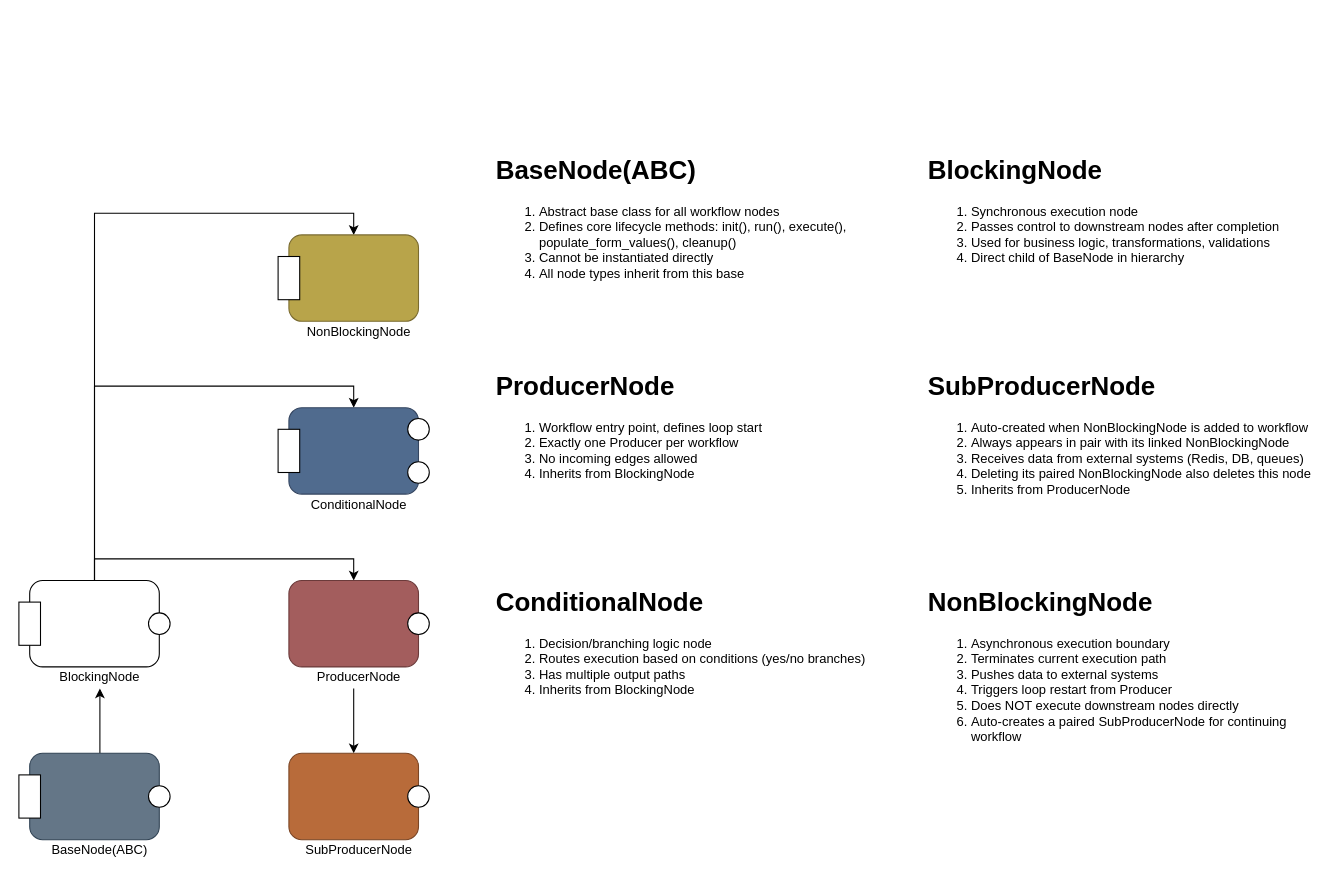
Before: page "Availabel Core Node Types" (3 of 5) of TheOneEye.drawio in Roshan-yadav-evil-genius/TheOneEye, a draw.io diagram. Source tidied: cells renumbered, new cells numbered last; positions are measured from the earlier drawing's top-left corner, leaving out a move shared by most shapes. Both pictures are drawn from the tidied source at 108%, with x=0, y=0 at pixel (18, 148).
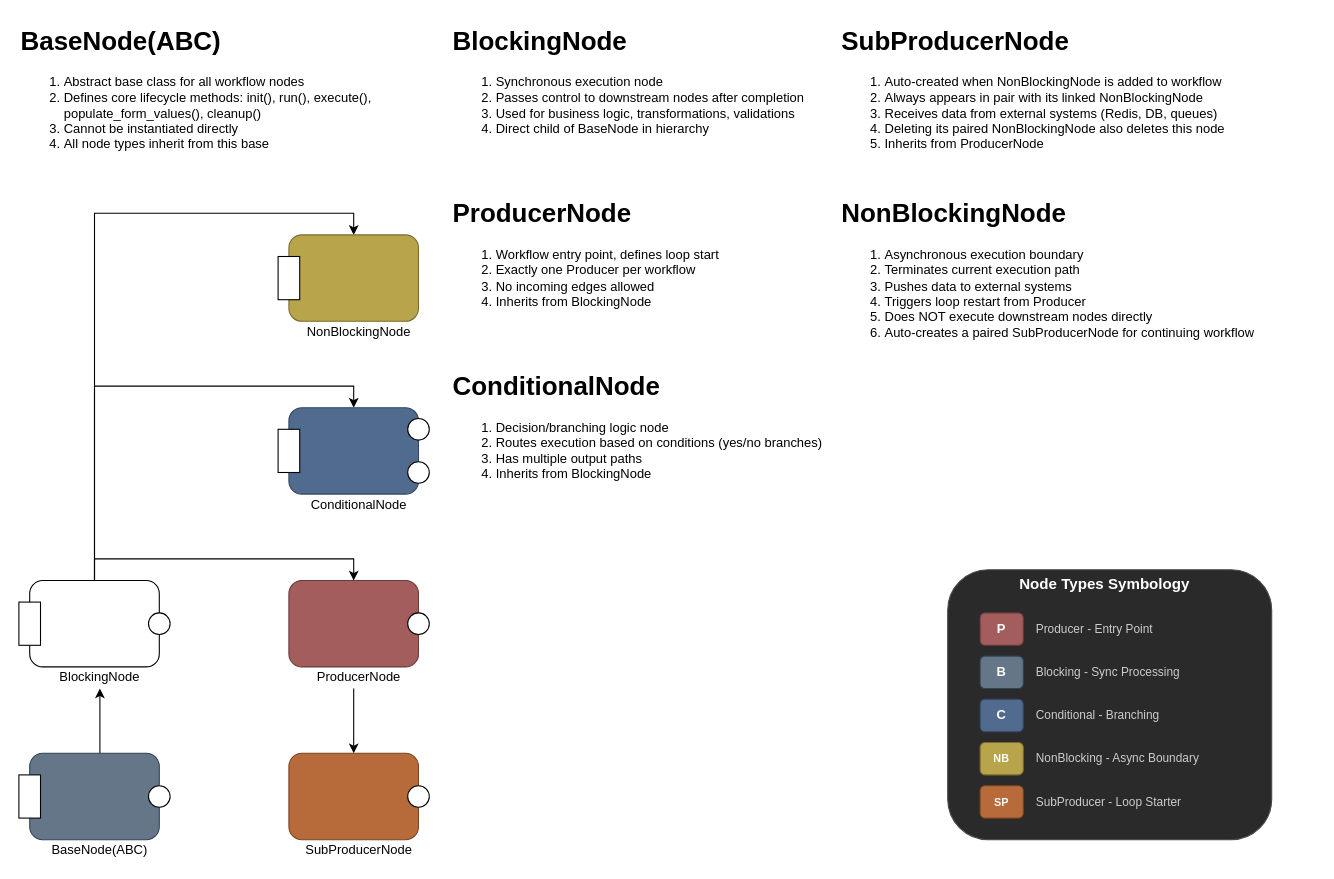
Above is the later version.

What changed in the source:
```diff
@@
     <mxCell id="7" value="&lt;h1 style=&quot;margin-top: 0px;&quot;&gt;BaseNode(ABC)&lt;/h1&gt;&lt;ol&gt;&lt;li&gt;Abstract base class for all workflow nodes&lt;/li&gt;&lt;li&gt;Defines core lifecycle methods: init(), run(), execute(), populate_form_values(), cleanup()&lt;/li&gt;&lt;li&gt;Cannot be instantiated directly&lt;/li&gt;&lt;li&gt;All node types inherit from this base&lt;/li&gt;&lt;/ol&gt;" style="text;html=1;whiteSpace=wrap;overflow=hidden;rounded=0;" parent="1" vertex="1">
-      <mxGeometry x="440" width="360" height="160" as="geometry" />
+      <mxGeometry y="-120" width="360" height="160" as="geometry" />
     </mxCell>
     <mxCell id="8" value="&lt;h1 style=&quot;margin-top: 0px;&quot;&gt;BlockingNode&lt;/h1&gt;&lt;ol&gt;&lt;li&gt;Synchronous execution node&lt;/li&gt;&lt;li&gt;Passes control to downstream nodes after completion&lt;/li&gt;&lt;li&gt;Used for business logic, transformations, validations&lt;/li&gt;&lt;li&gt;Direct child of BaseNode in hierarchy&lt;/li&gt;&lt;/ol&gt;" style="text;html=1;whiteSpace=wrap;overflow=hidden;rounded=0;" parent="1" vertex="1">
-      <mxGeometry x="840" width="360" height="160" as="geometry" />
+      <mxGeometry x="400" y="-120" width="360" height="160" as="geometry" />
     </mxCell>
     <mxCell id="9" value="&lt;h1 style=&quot;margin-top: 0px;&quot;&gt;SubProducerNode&lt;/h1&gt;&lt;ol&gt;&lt;li&gt;Auto-created when NonBlockingNode is added to workflow&lt;/li&gt;&lt;li&gt;Always appears in pair with its linked NonBlockingNode&lt;/li&gt;&lt;li&gt;Receives data from external systems (Redis, DB, queues)&lt;/li&gt;&lt;li&gt;Deleting its paired NonBlockingNode also deletes this node&lt;/li&gt;&lt;li&gt;Inherits from ProducerNode&lt;/li&gt;&lt;/ol&gt;" style="text;html=1;whiteSpace=wrap;overflow=hidden;rounded=0;" parent="1" vertex="1">
-      <mxGeometry x="840" y="200" width="360" height="180" as="geometry" />
+      <mxGeometry x="760" y="-120" width="400" height="160" as="geometry" />
     </mxCell>
     <mxCell id="10" value="&lt;h1 style=&quot;margin-top: 0px;&quot;&gt;ProducerNode&lt;/h1&gt;&lt;ol&gt;&lt;li&gt;Workflow entry point, defines loop start&lt;/li&gt;&lt;li&gt;Exactly one Producer per workflow&lt;/li&gt;&lt;li&gt;No incoming edges allowed&lt;/li&gt;&lt;li&gt;Inherits from BlockingNode&lt;/li&gt;&lt;/ol&gt;" style="text;html=1;whiteSpace=wrap;overflow=hidden;rounded=0;" parent="1" vertex="1">
-      <mxGeometry x="440" y="200" width="360" height="160" as="geometry" />
+      <mxGeometry x="400" y="40" width="360" height="160" as="geometry" />
     </mxCell>
     <mxCell id="11" value="&lt;h1 style=&quot;margin-top: 0px;&quot;&gt;NonBlockingNode&lt;/h1&gt;&lt;ol&gt;&lt;li&gt;Asynchronous execution boundary&lt;/li&gt;&lt;li&gt;Terminates current execution path&lt;/li&gt;&lt;li&gt;Pushes data to external systems&lt;/li&gt;&lt;li&gt;Triggers loop restart from Producer&lt;/li&gt;&lt;li&gt;Does NOT execute downstream nodes directly&lt;/li&gt;&lt;li&gt;Auto-creates a paired SubProducerNode for continuing workflow&lt;/li&gt;&lt;/ol&gt;" style="text;html=1;whiteSpace=wrap;overflow=hidden;rounded=0;" parent="1" vertex="1">
-      <mxGeometry x="840" y="400" width="360" height="200" as="geometry" />
+      <mxGeometry x="760" y="40" width="400" height="160" as="geometry" />
     </mxCell>
     <mxCell id="12" value="&lt;h1 style=&quot;margin-top: 0px;&quot;&gt;ConditionalNode&lt;/h1&gt;&lt;ol&gt;&lt;li&gt;Decision/branching logic node&lt;/li&gt;&lt;li&gt;Routes execution based on conditions (yes/no branches)&lt;/li&gt;&lt;li&gt;Has multiple output paths&lt;/li&gt;&lt;li&gt;Inherits from BlockingNode&lt;/li&gt;&lt;/ol&gt;" style="text;html=1;whiteSpace=wrap;overflow=hidden;rounded=0;" parent="1" vertex="1">
-      <mxGeometry x="440" y="400" width="360" height="160" as="geometry" />
+      <mxGeometry x="400" y="200" width="360" height="120" as="geometry" />
     </mxCell>
@@
+    <mxCell id="35" style="group;" parent="1" vertex="1">
+      <mxGeometry x="860" y="390" width="300" height="250" as="geometry" />
+    </mxCell>
+    <mxCell id="36" style="rounded=1;whiteSpace=wrap;html=1;fillColor=#2a2a2a;strokeColor=#4a4a4a;strokeWidth=1;" parent="35" vertex="1">
+      <mxGeometry width="300" height="250" as="geometry" />
+    </mxCell>
+    <mxCell id="37" value="Node Types Symbology" style="text;html=1;align=center;verticalAlign=middle;fontSize=14;fontStyle=1;fontColor=#ffffff;" parent="35" vertex="1">
+      <mxGeometry x="95" width="100" height="25" as="geometry" />
+    </mxCell>
+    <mxCell id="38" style="group;" parent="35" vertex="1">
+      <mxGeometry x="30" y="40" width="200" height="30" as="geometry" />
+    </mxCell>
+    <mxCell id="39" value="P" style="rounded=1;whiteSpace=wrap;html=1;fillColor=#A35D5D;strokeColor=#6B3A3A;fontColor=#ffffff;fontStyle=1;fontSize=12;" parent="38" vertex="1">
+      <mxGeometry width="40" height="30" as="geometry" />
+    </mxCell>
+    <mxCell id="40" value="Producer - Entry Point" style="text;html=1;align=left;verticalAlign=middle;fontSize=11;fontColor=#cccccc;" parent="38" vertex="1">
+      <mxGeometry x="50" width="150" height="30" as="geometry" />
+    </mxCell>
+    <mxCell id="41" style="group;" parent="35" vertex="1">
+      <mxGeometry x="30" y="80" width="230" height="30" as="geometry" />
+    </mxCell>
+    <mxCell id="42" value="B" style="rounded=1;whiteSpace=wrap;html=1;fillColor=#647687;strokeColor=#314354;fontColor=#ffffff;fontStyle=1;fontSize=12;" parent="41" vertex="1">
+      <mxGeometry width="40" height="30" as="geometry" />
+    </mxCell>
+    <mxCell id="43" value="Blocking - Sync Processing" style="text;html=1;align=left;verticalAlign=middle;fontSize=11;fontColor=#cccccc;" parent="41" vertex="1">
+      <mxGeometry x="50" width="180" height="30" as="geometry" />
+    </mxCell>
+    <mxCell id="44" style="group;" parent="35" vertex="1">
+      <mxGeometry x="30" y="120" width="200" height="30" as="geometry" />
+    </mxCell>
+    <mxCell id="45" value="C" style="rounded=1;whiteSpace=wrap;html=1;fillColor=#506B8E;strokeColor=#344560;fontColor=#ffffff;fontStyle=1;fontSize=12;" parent="44" vertex="1">
+      <mxGeometry width="40" height="30" as="geometry" />
+    </mxCell>
+    <mxCell id="46" value="Conditional - Branching" style="text;html=1;align=left;verticalAlign=middle;fontSize=11;fontColor=#cccccc;" parent="44" vertex="1">
+      <mxGeometry x="50" width="150" height="30" as="geometry" />
+    </mxCell>
+    <mxCell id="47" style="group;" parent="35" vertex="1">
+      <mxGeometry x="30" y="160" width="240" height="30" as="geometry" />
+    </mxCell>
+    <mxCell id="48" value="NB" style="rounded=1;whiteSpace=wrap;html=1;fillColor=#B8A44A;strokeColor=#7A6B30;fontColor=#ffffff;fontStyle=1;fontSize=10;" parent="47" vertex="1">
+      <mxGeometry width="40" height="30" as="geometry" />
+    </mxCell>
+    <mxCell id="49" value="NonBlocking - Async Boundary" style="text;html=1;align=left;verticalAlign=middle;fontSize=11;fontColor=#cccccc;" parent="47" vertex="1">
+      <mxGeometry x="50" width="190" height="30" as="geometry" />
+    </mxCell>
+    <mxCell id="50" style="group;" parent="35" vertex="1">
+      <mxGeometry x="30" y="200" width="220" height="30" as="geometry" />
+    </mxCell>
+    <mxCell id="51" value="SP" style="rounded=1;whiteSpace=wrap;html=1;fillColor=#B86B3A;strokeColor=#7A4525;fontColor=#ffffff;fontStyle=1;fontSize=10;" parent="50" vertex="1">
+      <mxGeometry width="40" height="30" as="geometry" />
+    </mxCell>
+    <mxCell id="52" value="SubProducer - Loop Starter" style="text;html=1;align=left;verticalAlign=middle;fontSize=11;fontColor=#cccccc;" parent="50" vertex="1">
+      <mxGeometry x="50" width="170" height="30" as="geometry" />
+    </mxCell>
```
